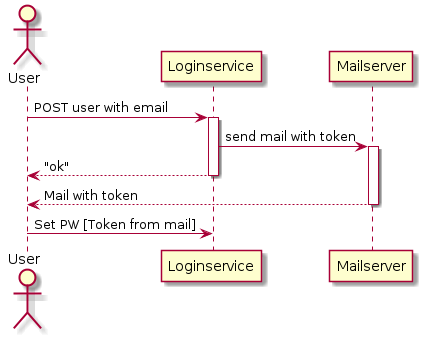
This is signup.png from phuhl/apparts-login-server, a PlantUML export, as it was before one commit.
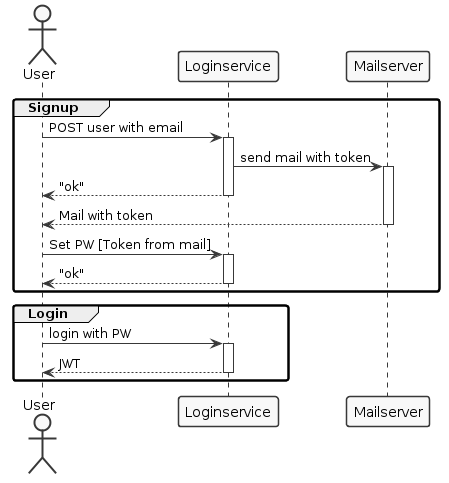
The same diagram one commit later.

Diff of the diagram source:
```diff
@@ -1,6 +1,10 @@
 @startuml
+skinparam roundcorner 5
+skinparam monochrome true
+skinparam shadowing false
 actor User
 
+group Signup
 User -> Loginservice : POST user with email
 activate Loginservice
 Loginservice -> Mailserver : send mail with token
@@ -11,5 +15,15 @@
 deactivate Mailserver
 
 User -> Loginservice : Set PW [Token from mail]
+activate Loginservice
+User <-- Loginservice : "ok"
+deactivate Loginservice
+end
 
+group Login
+User -> Loginservice : login with PW
+activate Loginservice
+User <-- Loginservice : JWT
+deactivate Loginservice
+end
 @enduml
```
